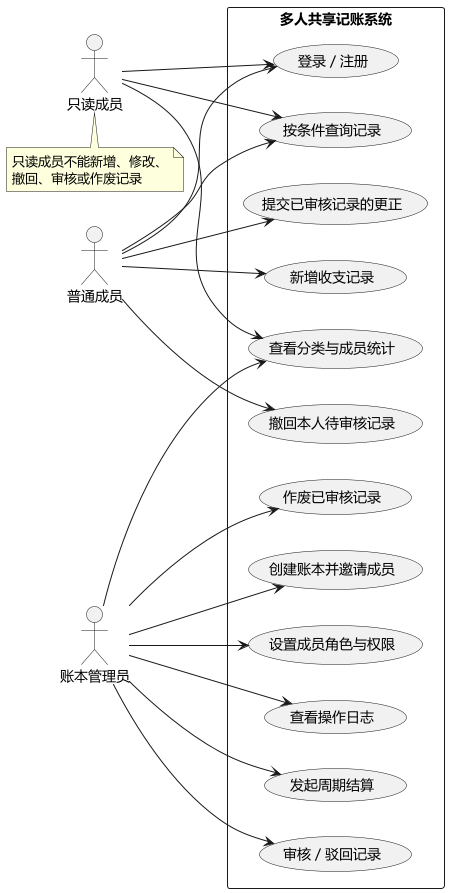
Earlier version of the PlantUML export uml/UML用例图.png (NaZnPO3/lab1-shared-ledger). The source it was exported from:
```plantuml
@startuml UML用例图
skinparam defaultFontName "Microsoft YaHei"
skinparam shadowing false
left to right direction

actor "普通成员" as M
actor "账本管理员" as A
actor "只读成员" as R

rectangle "多人共享记账系统" {
  usecase "登录 / 注册" as UC1
  usecase "新增收支记录" as UC2
  usecase "撤回本人待审核记录" as UC3
  usecase "提交已审核记录的更正" as UC4
  usecase "按条件查询记录" as UC5
  usecase "审核 / 驳回记录" as UC6
  usecase "作废已审核记录" as UC7
  usecase "创建账本并邀请成员" as UC8
  usecase "设置成员角色与权限" as UC9
  usecase "查看分类与成员统计" as UC10
  usecase "发起周期结算" as UC11
  usecase "查看操作日志" as UC12
}

M --> UC1
M --> UC2
M --> UC3
M --> UC4
M --> UC5

A --> UC6
A --> UC7
A --> UC8
A --> UC9
A --> UC10
A --> UC11
A --> UC12

R --> UC1
R --> UC5
R --> UC10

note bottom of R
  只读成员不能新增、修改、
  撤回、审核或作废记录
end note

@enduml
```
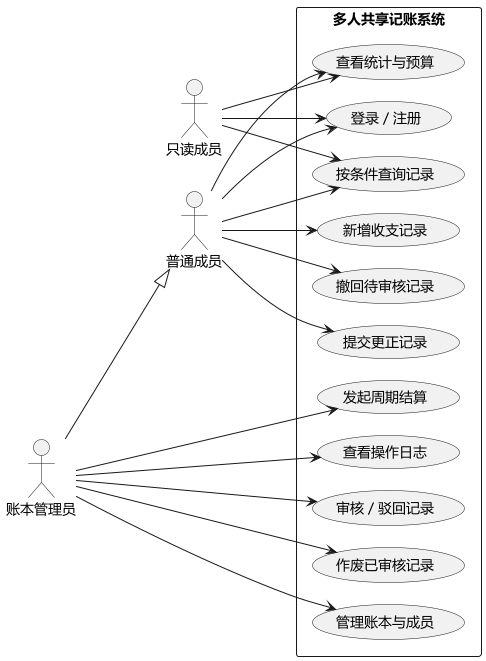
Above is the later version.

What changed in the source:
```diff
@@ -1,48 +1,44 @@
 @startuml UML用例图
 skinparam defaultFontName "Microsoft YaHei"
 skinparam shadowing false
+skinparam nodesep 22
+skinparam ranksep 90
 left to right direction
 
+actor "只读成员" as R
 actor "普通成员" as M
 actor "账本管理员" as A
-actor "只读成员" as R
 
 rectangle "多人共享记账系统" {
   usecase "登录 / 注册" as UC1
-  usecase "新增收支记录" as UC2
-  usecase "撤回本人待审核记录" as UC3
-  usecase "提交已审核记录的更正" as UC4
-  usecase "按条件查询记录" as UC5
-  usecase "审核 / 驳回记录" as UC6
-  usecase "作废已审核记录" as UC7
-  usecase "创建账本并邀请成员" as UC8
-  usecase "设置成员角色与权限" as UC9
-  usecase "查看分类与成员统计" as UC10
-  usecase "发起周期结算" as UC11
-  usecase "查看操作日志" as UC12
+  usecase "按条件查询记录" as UC2
+  usecase "查看统计与预算" as UC3
+  usecase "新增收支记录" as UC4
+  usecase "撤回待审核记录" as UC5
+  usecase "提交更正记录" as UC6
+  usecase "审核 / 驳回记录" as UC7
+  usecase "作废已审核记录" as UC8
+  usecase "管理账本与成员" as UC9
+  usecase "发起周期结算" as UC10
+  usecase "查看操作日志" as UC11
 }
+
+R --> UC1
+R --> UC2
+R --> UC3
 
 M --> UC1
 M --> UC2
 M --> UC3
 M --> UC4
 M --> UC5
+M --> UC6
 
-A --> UC6
+A --|> M
 A --> UC7
 A --> UC8
 A --> UC9
 A --> UC10
 A --> UC11
-A --> UC12
-
-R --> UC1
-R --> UC5
-R --> UC10
-
-note bottom of R
-  只读成员不能新增、修改、
-  撤回、审核或作废记录
-end note
 
 @enduml
```
